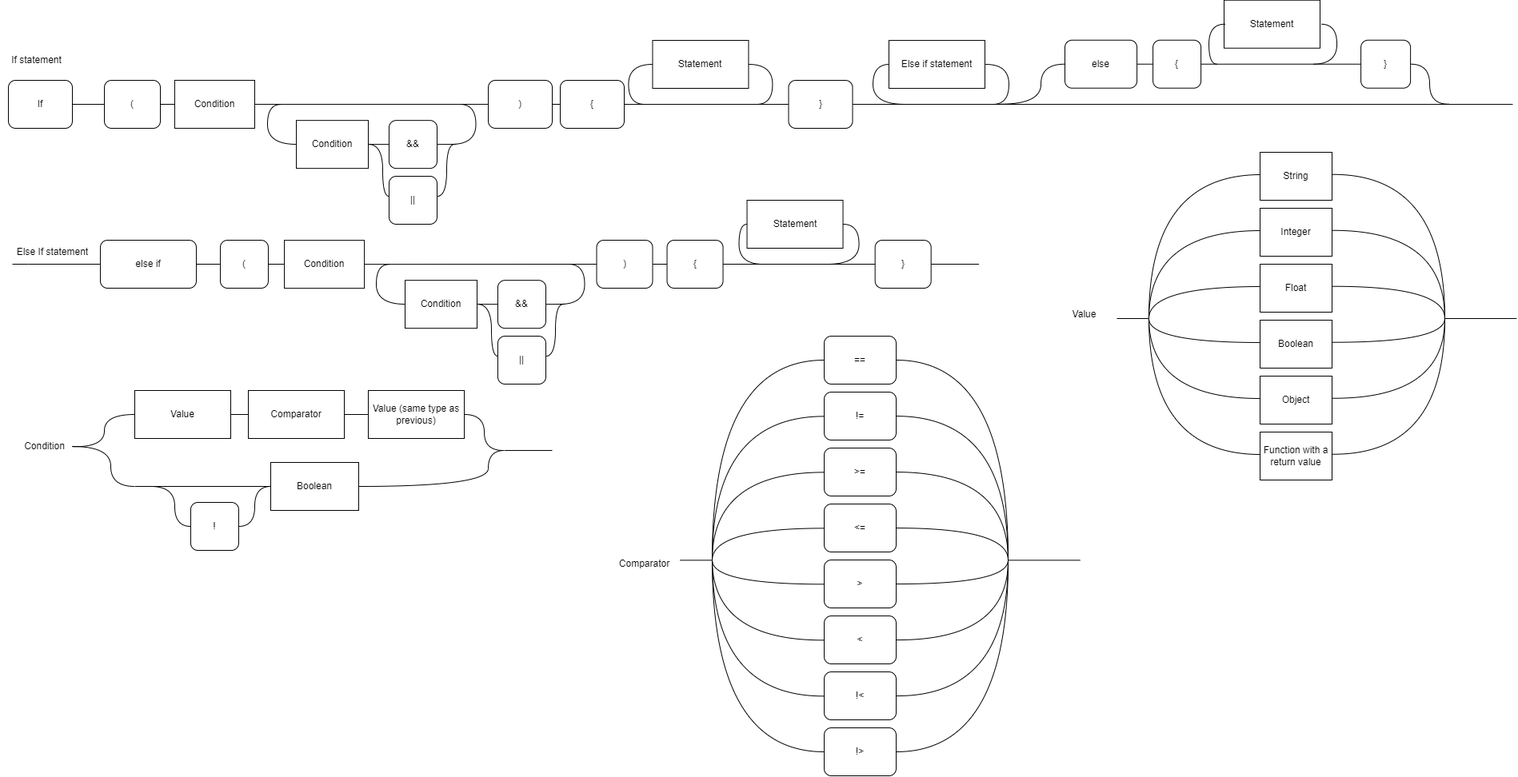
Above: Major project theory images/EBNF IF STATEMENT C#.drawio.png in TYProjectUploader/Nyanto (draw.io), before the change. Source tidied: cells renumbered, new cells last; positions are measured from the earlier drawing's top-left corner, leaving out a move shared by most shapes.
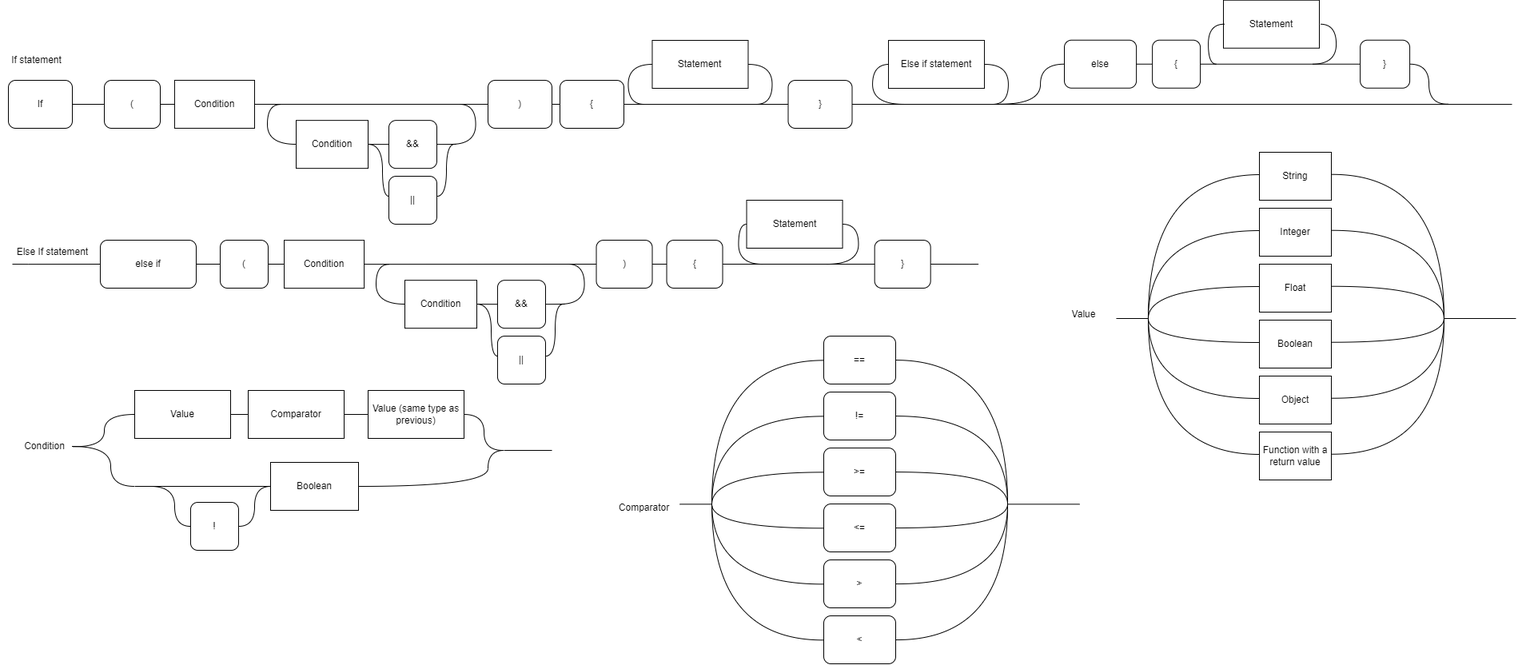
After the change.

The edit, as a diff of the source:
```diff
@@ -156,14 +156,14 @@
       </mxGeometry>
     </mxCell>
     <mxCell id="35" value="Comparator" style="text;html=1;align=center;verticalAlign=middle;strokeColor=none;fillColor=none;" parent="1" vertex="1">
-      <mxGeometry x="760" y="690" width="90" height="30" as="geometry" />
+      <mxGeometry x="760" y="620" width="90" height="30" as="geometry" />
     </mxCell>
     <mxCell id="36" style="endArrow=none;html=1;rounded=0;entryX=0;entryY=0.5;entryDx=0;entryDy=0;edgeStyle=orthogonalEdgeStyle;elbow=vertical;curved=1;" parent="1" edge="1">
       <mxGeometry relative="1" as="geometry">
-        <mxPoint x="890" y="700.4" as="sourcePoint" />
-        <mxPoint x="1030" y="520.3" as="targetPoint" />
+        <mxPoint x="890" y="630.4" as="sourcePoint" />
+        <mxPoint x="1030" y="450.3" as="targetPoint" />
         <Array as="points">
-          <mxPoint x="890" y="520.4" />
+          <mxPoint x="890" y="450.4" />
         </Array>
       </mxGeometry>
     </mxCell>
@@ -187,101 +187,101 @@
     </mxCell>
     <mxCell id="43" style="endArrow=none;html=1;rounded=0;entryX=0;entryY=0.5;entryDx=0;entryDy=0;edgeStyle=orthogonalEdgeStyle;elbow=vertical;curved=1;" parent="1" edge="1">
       <mxGeometry relative="1" as="geometry">
-        <mxPoint x="890" y="700.4" as="sourcePoint" />
-        <mxPoint x="1030" y="590.3" as="targetPoint" />
+        <mxPoint x="890" y="630.4" as="sourcePoint" />
+        <mxPoint x="1030" y="520.3" as="targetPoint" />
         <Array as="points">
-          <mxPoint x="890" y="590.4" />
+          <mxPoint x="890" y="520.4" />
         </Array>
       </mxGeometry>
     </mxCell>
     <mxCell id="44" style="endArrow=none;html=1;rounded=0;entryX=0;entryY=0.5;entryDx=0;entryDy=0;edgeStyle=orthogonalEdgeStyle;elbow=vertical;curved=1;" parent="1" edge="1">
       <mxGeometry relative="1" as="geometry">
-        <mxPoint x="890" y="700.4" as="sourcePoint" />
-        <mxPoint x="1030" y="660.3" as="targetPoint" />
+        <mxPoint x="890" y="630.4" as="sourcePoint" />
+        <mxPoint x="1030" y="590.3" as="targetPoint" />
         <Array as="points">
-          <mxPoint x="890" y="660.4" />
+          <mxPoint x="890" y="590.4" />
         </Array>
       </mxGeometry>
     </mxCell>
     <mxCell id="45" style="endArrow=none;html=1;rounded=0;entryX=0;entryY=0.5;entryDx=0;entryDy=0;edgeStyle=orthogonalEdgeStyle;elbow=vertical;curved=1;" parent="1" edge="1">
       <mxGeometry relative="1" as="geometry">
-        <mxPoint x="890" y="700.4" as="sourcePoint" />
-        <mxPoint x="1030" y="730.3" as="targetPoint" />
+        <mxPoint x="890" y="630.4" as="sourcePoint" />
+        <mxPoint x="1030" y="660.3" as="targetPoint" />
         <Array as="points">
-          <mxPoint x="890" y="730.4" />
+          <mxPoint x="890" y="660.4" />
         </Array>
       </mxGeometry>
     </mxCell>
     <mxCell id="46" style="endArrow=none;html=1;rounded=0;exitX=0;exitY=0.5;exitDx=0;exitDy=0;edgeStyle=orthogonalEdgeStyle;elbow=vertical;curved=1;" parent="1" edge="1">
       <mxGeometry relative="1" as="geometry">
-        <mxPoint x="1030" y="800.3" as="sourcePoint" />
-        <mxPoint x="890" y="700.4" as="targetPoint" />
+        <mxPoint x="1030" y="730.3" as="sourcePoint" />
+        <mxPoint x="890" y="630.4" as="targetPoint" />
       </mxGeometry>
     </mxCell>
     <mxCell id="47" style="endArrow=none;html=1;rounded=0;exitX=0;exitY=0.5;exitDx=0;exitDy=0;edgeStyle=orthogonalEdgeStyle;elbow=vertical;curved=1;" parent="1" edge="1">
       <mxGeometry relative="1" as="geometry">
-        <mxPoint x="1030" y="870.3" as="sourcePoint" />
-        <mxPoint x="890" y="700.4" as="targetPoint" />
+        <mxPoint x="1030" y="800.3" as="sourcePoint" />
+        <mxPoint x="890" y="630.4" as="targetPoint" />
       </mxGeometry>
     </mxCell>
     <mxCell id="48" style="endArrow=none;html=1;rounded=0;" parent="1" edge="1">
       <mxGeometry relative="1" as="geometry">
-        <mxPoint x="1260" y="700.4" as="sourcePoint" />
-        <mxPoint x="1350" y="700.4" as="targetPoint" />
+        <mxPoint x="1260" y="630.4" as="sourcePoint" />
+        <mxPoint x="1350" y="630.4" as="targetPoint" />
       </mxGeometry>
     </mxCell>
     <mxCell id="49" style="endArrow=none;html=1;rounded=0;" parent="1" edge="1">
       <mxGeometry relative="1" as="geometry">
-        <mxPoint x="850" y="700.4" as="sourcePoint" />
-        <mxPoint x="890" y="700.4" as="targetPoint" />
+        <mxPoint x="850" y="630.4" as="sourcePoint" />
+        <mxPoint x="890" y="630.4" as="targetPoint" />
       </mxGeometry>
     </mxCell>
     <mxCell id="50" style="endArrow=none;html=1;rounded=0;entryX=0;entryY=0.5;entryDx=0;entryDy=0;edgeStyle=orthogonalEdgeStyle;elbow=vertical;curved=1;" parent="1" edge="1">
       <mxGeometry relative="1" as="geometry">
-        <mxPoint x="1260" y="700.1" as="sourcePoint" />
-        <mxPoint x="1120" y="520.1" as="targetPoint" />
+        <mxPoint x="1260" y="630.1" as="sourcePoint" />
+        <mxPoint x="1120" y="450.1" as="targetPoint" />
         <Array as="points">
-          <mxPoint x="1260" y="520.1" />
+          <mxPoint x="1260" y="450.1" />
         </Array>
       </mxGeometry>
     </mxCell>
     <mxCell id="51" style="endArrow=none;html=1;rounded=0;entryX=0;entryY=0.5;entryDx=0;entryDy=0;edgeStyle=orthogonalEdgeStyle;elbow=vertical;curved=1;" parent="1" edge="1">
       <mxGeometry relative="1" as="geometry">
-        <mxPoint x="1260" y="700.1" as="sourcePoint" />
-        <mxPoint x="1120" y="590.1" as="targetPoint" />
+        <mxPoint x="1260" y="630.1" as="sourcePoint" />
+        <mxPoint x="1120" y="520.1" as="targetPoint" />
         <Array as="points">
-          <mxPoint x="1260" y="590.1" />
+          <mxPoint x="1260" y="520.1" />
         </Array>
       </mxGeometry>
     </mxCell>
     <mxCell id="52" style="endArrow=none;html=1;rounded=0;entryX=0;entryY=0.5;entryDx=0;entryDy=0;edgeStyle=orthogonalEdgeStyle;elbow=vertical;curved=1;" parent="1" edge="1">
       <mxGeometry relative="1" as="geometry">
-        <mxPoint x="1260" y="700.1" as="sourcePoint" />
-        <mxPoint x="1120" y="660.1" as="targetPoint" />
+        <mxPoint x="1260" y="630.1" as="sourcePoint" />
+        <mxPoint x="1120" y="590.1" as="targetPoint" />
         <Array as="points">
-          <mxPoint x="1260" y="660.1" />
+          <mxPoint x="1260" y="590.1" />
         </Array>
       </mxGeometry>
     </mxCell>
     <mxCell id="53" style="endArrow=none;html=1;rounded=0;entryX=0;entryY=0.5;entryDx=0;entryDy=0;edgeStyle=orthogonalEdgeStyle;elbow=vertical;curved=1;" parent="1" edge="1">
       <mxGeometry relative="1" as="geometry">
-        <mxPoint x="1260" y="700.1" as="sourcePoint" />
-        <mxPoint x="1120" y="730.1" as="targetPoint" />
+        <mxPoint x="1260" y="630.1" as="sourcePoint" />
+        <mxPoint x="1120" y="660.1" as="targetPoint" />
         <Array as="points">
-          <mxPoint x="1260" y="730.1" />
+          <mxPoint x="1260" y="660.1" />
         </Array>
       </mxGeometry>
     </mxCell>
     <mxCell id="54" style="endArrow=none;html=1;rounded=0;exitX=0;exitY=0.5;exitDx=0;exitDy=0;edgeStyle=orthogonalEdgeStyle;elbow=vertical;curved=1;" parent="1" edge="1">
       <mxGeometry relative="1" as="geometry">
-        <mxPoint x="1120" y="800.1" as="sourcePoint" />
-        <mxPoint x="1260" y="700.1" as="targetPoint" />
+        <mxPoint x="1120" y="730.1" as="sourcePoint" />
+        <mxPoint x="1260" y="630.1" as="targetPoint" />
       </mxGeometry>
     </mxCell>
     <mxCell id="55" style="endArrow=none;html=1;rounded=0;exitX=0;exitY=0.5;exitDx=0;exitDy=0;edgeStyle=orthogonalEdgeStyle;elbow=vertical;curved=1;" parent="1" edge="1">
       <mxGeometry relative="1" as="geometry">
-        <mxPoint x="1120" y="870.1" as="sourcePoint" />
-        <mxPoint x="1260" y="700.1" as="targetPoint" />
+        <mxPoint x="1120" y="800.1" as="sourcePoint" />
+        <mxPoint x="1260" y="630.1" as="targetPoint" />
       </mxGeometry>
     </mxCell>
     <mxCell id="56" value="(" style="rounded=1;whiteSpace=wrap;html=1;" parent="1" vertex="1">
@@ -673,37 +673,5 @@
     <mxCell id="123" value="||" style="rounded=1;whiteSpace=wrap;html=1;" parent="1" vertex="1">
       <mxGeometry x="622" y="420" width="60" height="60" as="geometry" />
     </mxCell>
-    <mxCell id="124" value="!&amp;lt;" style="rounded=1;whiteSpace=wrap;html=1;" parent="1" vertex="1">
-      <mxGeometry x="1030" y="840" width="90" height="60" as="geometry" />
-    </mxCell>
-    <mxCell id="125" value="!&amp;gt;" style="rounded=1;whiteSpace=wrap;html=1;" parent="1" vertex="1">
-      <mxGeometry x="1030" y="910" width="90" height="60" as="geometry" />
-    </mxCell>
-    <mxCell id="126" style="endArrow=none;html=1;rounded=0;entryX=0;entryY=0.5;entryDx=0;entryDy=0;edgeStyle=orthogonalEdgeStyle;curved=1;" parent="1" edge="1" target="37">
-      <mxGeometry relative="1" as="geometry">
-        <mxPoint x="890" y="700" as="sourcePoint" />
-        <Array as="points">
-          <mxPoint x="890" y="450" />
-        </Array>
-      </mxGeometry>
-    </mxCell>
-    <mxCell id="127" style="endArrow=none;html=1;rounded=0;entryX=1;entryY=0.5;entryDx=0;entryDy=0;edgeStyle=orthogonalEdgeStyle;curved=1;" parent="1" edge="1" target="37">
-      <mxGeometry relative="1" as="geometry">
-        <mxPoint x="1260" y="700" as="sourcePoint" />
-        <Array as="points">
-          <mxPoint x="1260" y="450" />
-        </Array>
-      </mxGeometry>
-    </mxCell>
-    <mxCell id="128" style="endArrow=none;html=1;rounded=0;exitX=0;exitY=0.5;exitDx=0;exitDy=0;edgeStyle=orthogonalEdgeStyle;curved=1;" parent="1" edge="1" source="125">
-      <mxGeometry relative="1" as="geometry">
-        <mxPoint x="890" y="700" as="targetPoint" />
-      </mxGeometry>
-    </mxCell>
-    <mxCell id="129" style="endArrow=none;html=1;rounded=0;exitX=1;exitY=0.5;exitDx=0;exitDy=0;edgeStyle=orthogonalEdgeStyle;curved=1;" parent="1" edge="1" source="125">
-      <mxGeometry relative="1" as="geometry">
-        <mxPoint x="1260" y="700" as="targetPoint" />
-      </mxGeometry>
-    </mxCell>
   </root>
 </mxGraphModel>
```
